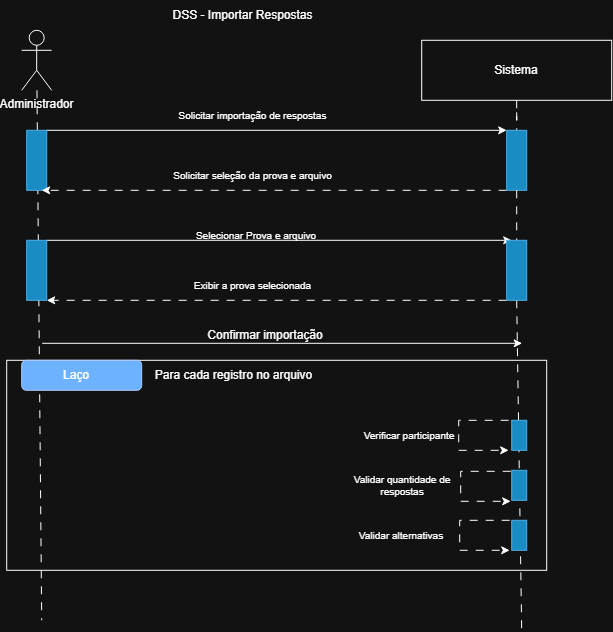
Before: diagrama_sequência_sistema_altaprioridade/Importar Respostas.png, a diagram exported from draw.io (ltcassis/RESAB-Engenharia-de-Soft). Source tidied: cells renumbered, new cells last; positions are measured from the earlier drawing's top-left corner, leaving out a move shared by most shapes.
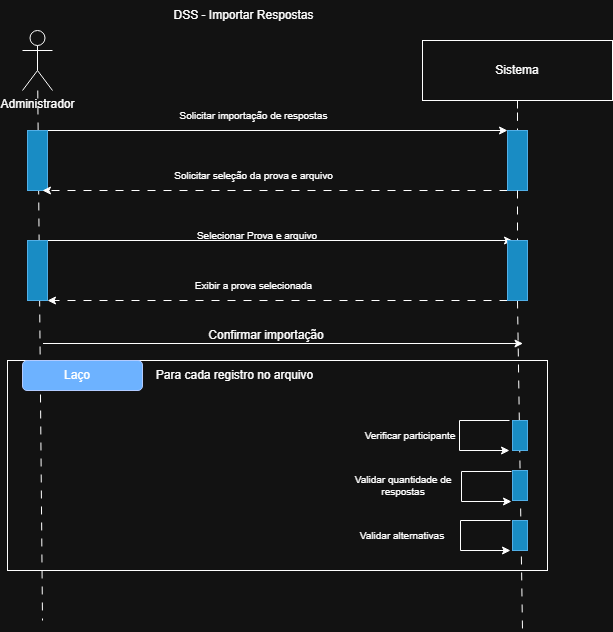
The same diagram one commit later.

The edit, as a diff of the source:
```diff
@@ -90,7 +90,7 @@
     <mxCell id="28" value="Confirmar importação" style="text;html=1;whiteSpace=wrap;strokeColor=none;fillColor=none;align=center;verticalAlign=middle;rounded=0;" parent="1" vertex="1">
       <mxGeometry x="100.5" y="320" width="316" height="30" as="geometry" />
     </mxCell>
-    <mxCell id="29" style="endArrow=classic;html=1;rounded=0;dashed=1;dashPattern=8 8;" parent="1" edge="1">
+    <mxCell id="29" style="endArrow=classic;html=1;rounded=0;" parent="1" edge="1">
       <mxGeometry relative="1" as="geometry">
         <mxPoint x="502" y="420" as="sourcePoint" />
         <mxPoint x="502" y="450" as="targetPoint" />
@@ -103,7 +103,7 @@
     <mxCell id="30" value="Validar quantidade de respostas" style="text;html=1;whiteSpace=wrap;strokeColor=none;fillColor=none;align=center;verticalAlign=middle;rounded=0;fontSize=10;" parent="1" vertex="1">
       <mxGeometry x="329" y="470" width="134" height="30" as="geometry" />
     </mxCell>
-    <mxCell id="31" style="endArrow=classic;html=1;rounded=0;dashed=1;dashPattern=8 8;" parent="1" edge="1">
+    <mxCell id="31" style="endArrow=classic;html=1;rounded=0;" parent="1" edge="1">
       <mxGeometry relative="1" as="geometry">
         <mxPoint x="504" y="471" as="sourcePoint" />
         <mxPoint x="504" y="501" as="targetPoint" />
@@ -116,7 +116,7 @@
     <mxCell id="32" value="Validar alternativas" style="text;html=1;whiteSpace=wrap;strokeColor=none;fillColor=none;align=center;verticalAlign=middle;rounded=0;fontSize=10;" parent="1" vertex="1">
       <mxGeometry x="328" y="520" width="134" height="30" as="geometry" />
     </mxCell>
-    <mxCell id="33" style="endArrow=classic;html=1;rounded=0;dashed=1;dashPattern=8 8;" parent="1" edge="1">
+    <mxCell id="33" style="endArrow=classic;html=1;rounded=0;" parent="1" edge="1">
       <mxGeometry relative="1" as="geometry">
         <mxPoint x="503" y="520" as="sourcePoint" />
         <mxPoint x="503" y="550" as="targetPoint" />
```
